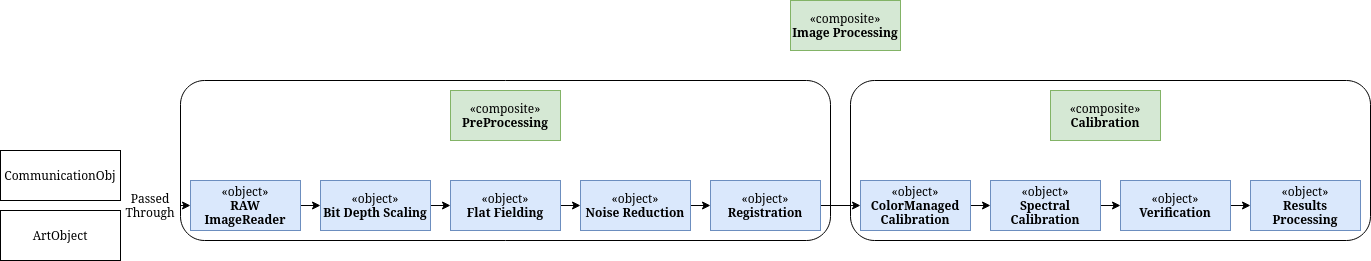
Before: docs/resources/pipeline.png, a diagram exported from draw.io (BeyondRGB/Imaging-Art-beyond-RGB). Source tidied: cells renumbered, new cells last; positions are measured from the earlier drawing's top-left corner, leaving out a move shared by most shapes. Its diagram source:
```xml
<mxGraphModel>
  <root>
    <mxCell id="0" />
    <mxCell id="1" parent="0" />
    <mxCell id="2" style="rounded=1;whiteSpace=wrap;html=1;" parent="1" vertex="1">
      <mxGeometry x="850" y="80" width="520" height="160" as="geometry" />
    </mxCell>
    <mxCell id="3" style="rounded=1;whiteSpace=wrap;html=1;" parent="1" vertex="1">
      <mxGeometry x="180" y="80" width="650" height="160" as="geometry" />
    </mxCell>
    <mxCell id="4" value="ArtObject" style="html=1;whiteSpace=wrap;" parent="1" vertex="1">
      <mxGeometry y="210" width="120" height="50" as="geometry" />
    </mxCell>
    <mxCell id="5" style="edgeStyle=orthogonalEdgeStyle;rounded=0;jettySize=auto;html=1;exitX=1;exitY=0.5;exitDx=0;exitDy=0;entryX=0;entryY=0.5;entryDx=0;entryDy=0;" parent="1" edge="1" source="6" target="8">
      <mxGeometry relative="1" as="geometry" />
    </mxCell>
    <mxCell id="6" value="&lt;div&gt;«object»&lt;/div&gt;&lt;div&gt;&lt;b&gt;RAW&lt;/b&gt;&lt;/div&gt;&lt;b&gt;ImageReader&lt;/b&gt;" style="html=1;whiteSpace=wrap;fillColor=#dae8fc;strokeColor=#6c8ebf;" parent="1" vertex="1">
      <mxGeometry x="190" y="180" width="110" height="50" as="geometry" />
    </mxCell>
    <mxCell id="7" style="edgeStyle=orthogonalEdgeStyle;rounded=0;jettySize=auto;html=1;exitX=1;exitY=0.5;exitDx=0;exitDy=0;entryX=0;entryY=0.5;entryDx=0;entryDy=0;" parent="1" edge="1" source="8" target="12">
      <mxGeometry relative="1" as="geometry" />
    </mxCell>
    <mxCell id="8" value="&lt;div&gt;«object»&lt;/div&gt;&lt;b&gt;Bit Depth Scaling&lt;/b&gt;" style="html=1;whiteSpace=wrap;fillColor=#dae8fc;strokeColor=#6c8ebf;" parent="1" vertex="1">
      <mxGeometry x="320" y="180" width="110" height="50" as="geometry" />
    </mxCell>
    <mxCell id="9" value="CommunicationObj" style="html=1;whiteSpace=wrap;" parent="1" vertex="1">
      <mxGeometry y="150" width="120" height="50" as="geometry" />
    </mxCell>
    <mxCell id="10" value="&lt;div&gt;«composite»&lt;/div&gt;&lt;b&gt;PreProcessing&lt;/b&gt;" style="html=1;whiteSpace=wrap;fillColor=#d5e8d4;strokeColor=#82b366;" parent="1" vertex="1">
      <mxGeometry x="450" y="90" width="110" height="50" as="geometry" />
    </mxCell>
    <mxCell id="11" style="edgeStyle=orthogonalEdgeStyle;rounded=0;jettySize=auto;html=1;exitX=1;exitY=0.5;exitDx=0;exitDy=0;entryX=0;entryY=0.5;entryDx=0;entryDy=0;" parent="1" edge="1" source="12" target="14">
      <mxGeometry relative="1" as="geometry" />
    </mxCell>
    <mxCell id="12" value="&lt;div&gt;«object»&lt;/div&gt;&lt;b&gt;Flat Fielding&lt;/b&gt;" style="html=1;whiteSpace=wrap;fillColor=#dae8fc;strokeColor=#6c8ebf;" parent="1" vertex="1">
      <mxGeometry x="450" y="180" width="110" height="50" as="geometry" />
    </mxCell>
    <mxCell id="13" style="edgeStyle=orthogonalEdgeStyle;rounded=0;jettySize=auto;html=1;exitX=1;exitY=0.5;exitDx=0;exitDy=0;entryX=0;entryY=0.5;entryDx=0;entryDy=0;" parent="1" edge="1" source="14" target="16">
      <mxGeometry relative="1" as="geometry" />
    </mxCell>
    <mxCell id="14" value="&lt;div&gt;«object»&lt;/div&gt;&lt;b&gt;Noise Reduction&lt;/b&gt;" style="html=1;whiteSpace=wrap;fillColor=#dae8fc;strokeColor=#6c8ebf;" parent="1" vertex="1">
      <mxGeometry x="580" y="180" width="110" height="50" as="geometry" />
    </mxCell>
    <mxCell id="15" style="edgeStyle=orthogonalEdgeStyle;rounded=0;jettySize=auto;html=1;exitX=1;exitY=0.5;exitDx=0;exitDy=0;entryX=0;entryY=0.5;entryDx=0;entryDy=0;" parent="1" edge="1" source="16" target="20">
      <mxGeometry relative="1" as="geometry" />
    </mxCell>
    <mxCell id="16" value="&lt;div&gt;«object»&lt;/div&gt;&lt;b&gt;Registration&lt;/b&gt;" style="html=1;whiteSpace=wrap;fillColor=#dae8fc;strokeColor=#6c8ebf;" parent="1" vertex="1">
      <mxGeometry x="710" y="180" width="110" height="50" as="geometry" />
    </mxCell>
    <mxCell id="17" style="edgeStyle=orthogonalEdgeStyle;rounded=0;jettySize=auto;html=1;exitX=1;exitY=0.5;exitDx=0;exitDy=0;entryX=0;entryY=0.5;entryDx=0;entryDy=0;" parent="1" edge="1" source="18" target="6">
      <mxGeometry relative="1" as="geometry" />
    </mxCell>
    <mxCell id="18" value="&lt;div&gt;Passed&lt;/div&gt;&lt;div&gt;Through&lt;/div&gt;" style="text;html=1;whiteSpace=wrap;strokeColor=none;fillColor=none;align=center;verticalAlign=middle;rounded=0;" parent="1" vertex="1">
      <mxGeometry x="120" y="190" width="60" height="30" as="geometry" />
    </mxCell>
    <mxCell id="19" style="edgeStyle=orthogonalEdgeStyle;rounded=0;jettySize=auto;html=1;exitX=1;exitY=0.5;exitDx=0;exitDy=0;entryX=0;entryY=0.5;entryDx=0;entryDy=0;" parent="1" edge="1" source="20" target="22">
      <mxGeometry relative="1" as="geometry" />
    </mxCell>
    <mxCell id="20" value="&lt;div&gt;«object»&lt;/div&gt;&lt;div&gt;&lt;b&gt;ColorManaged&lt;/b&gt;&lt;/div&gt;&lt;div&gt;&lt;b&gt;Calibration&lt;/b&gt;&lt;/div&gt;" style="html=1;whiteSpace=wrap;fillColor=#dae8fc;strokeColor=#6c8ebf;" parent="1" vertex="1">
      <mxGeometry x="860" y="180" width="110" height="50" as="geometry" />
    </mxCell>
    <mxCell id="21" style="edgeStyle=orthogonalEdgeStyle;rounded=0;jettySize=auto;html=1;exitX=1;exitY=0.5;exitDx=0;exitDy=0;entryX=0;entryY=0.5;entryDx=0;entryDy=0;" parent="1" edge="1" source="22" target="25">
      <mxGeometry relative="1" as="geometry" />
    </mxCell>
    <mxCell id="22" value="&lt;div&gt;«object»&lt;/div&gt;&lt;div&gt;&lt;b&gt;Spectral&lt;/b&gt;&lt;/div&gt;&lt;div&gt;&lt;b&gt;Calibration&lt;/b&gt;&lt;/div&gt;" style="html=1;whiteSpace=wrap;fillColor=#dae8fc;strokeColor=#6c8ebf;" parent="1" vertex="1">
      <mxGeometry x="990" y="180" width="110" height="50" as="geometry" />
    </mxCell>
    <mxCell id="23" value="&lt;div&gt;«composite»&lt;/div&gt;&lt;b&gt;Calibration&lt;/b&gt;" style="html=1;whiteSpace=wrap;fillColor=#d5e8d4;strokeColor=#82b366;" parent="1" vertex="1">
      <mxGeometry x="1050" y="90" width="110" height="50" as="geometry" />
    </mxCell>
    <mxCell id="24" style="edgeStyle=orthogonalEdgeStyle;rounded=0;jettySize=auto;html=1;exitX=1;exitY=0.5;exitDx=0;exitDy=0;entryX=0;entryY=0.5;entryDx=0;entryDy=0;" parent="1" edge="1" source="25" target="26">
      <mxGeometry relative="1" as="geometry" />
    </mxCell>
    <mxCell id="25" value="&lt;div&gt;«object»&lt;/div&gt;&lt;b&gt;Verification&lt;/b&gt;" style="html=1;whiteSpace=wrap;fillColor=#dae8fc;strokeColor=#6c8ebf;" parent="1" vertex="1">
      <mxGeometry x="1120" y="180" width="110" height="50" as="geometry" />
    </mxCell>
    <mxCell id="26" value="&lt;div&gt;«object»&lt;/div&gt;&lt;div&gt;&lt;b&gt;Results&lt;/b&gt;&lt;/div&gt;&lt;div&gt;&lt;b&gt;Processing&lt;/b&gt;&lt;/div&gt;" style="html=1;whiteSpace=wrap;fillColor=#dae8fc;strokeColor=#6c8ebf;" parent="1" vertex="1">
      <mxGeometry x="1250" y="180" width="110" height="50" as="geometry" />
    </mxCell>
    <mxCell id="27" value="&lt;div&gt;«composite»&lt;/div&gt;&lt;b&gt;Image Processing&lt;/b&gt;" style="html=1;whiteSpace=wrap;fillColor=#d5e8d4;strokeColor=#82b366;" parent="1" vertex="1">
      <mxGeometry x="790" width="110" height="50" as="geometry" />
    </mxCell>
  </root>
</mxGraphModel>
```
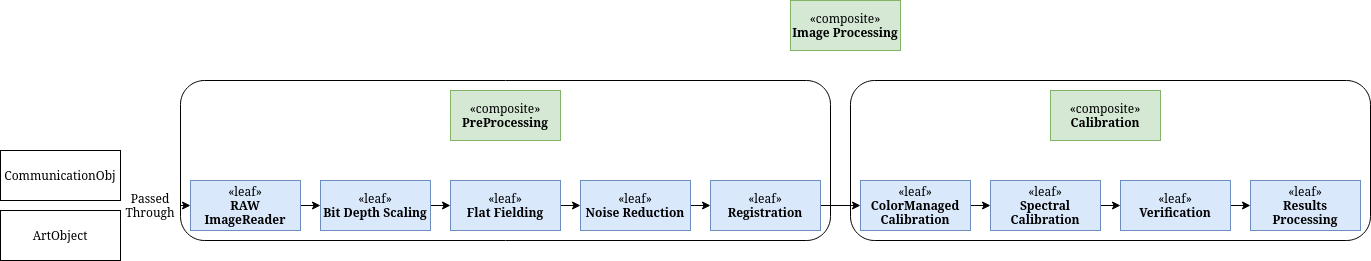
Later version of the same file.

Commit message:
updated to show objects in composite as leaf nodes

The edit, as a diff of the source:
```diff
@@ -14,13 +14,13 @@
     <mxCell id="5" style="edgeStyle=orthogonalEdgeStyle;rounded=0;jettySize=auto;html=1;exitX=1;exitY=0.5;exitDx=0;exitDy=0;entryX=0;entryY=0.5;entryDx=0;entryDy=0;" parent="1" edge="1" source="6" target="8">
       <mxGeometry relative="1" as="geometry" />
     </mxCell>
-    <mxCell id="6" value="&lt;div&gt;«object»&lt;/div&gt;&lt;div&gt;&lt;b&gt;RAW&lt;/b&gt;&lt;/div&gt;&lt;b&gt;ImageReader&lt;/b&gt;" style="html=1;whiteSpace=wrap;fillColor=#dae8fc;strokeColor=#6c8ebf;" parent="1" vertex="1">
+    <mxCell id="6" value="&lt;div&gt;«leaf»&lt;/div&gt;&lt;div&gt;&lt;b&gt;RAW&lt;/b&gt;&lt;/div&gt;&lt;b&gt;ImageReader&lt;/b&gt;" style="html=1;whiteSpace=wrap;fillColor=#dae8fc;strokeColor=#6c8ebf;" parent="1" vertex="1">
       <mxGeometry x="190" y="180" width="110" height="50" as="geometry" />
     </mxCell>
     <mxCell id="7" style="edgeStyle=orthogonalEdgeStyle;rounded=0;jettySize=auto;html=1;exitX=1;exitY=0.5;exitDx=0;exitDy=0;entryX=0;entryY=0.5;entryDx=0;entryDy=0;" parent="1" edge="1" source="8" target="12">
       <mxGeometry relative="1" as="geometry" />
     </mxCell>
-    <mxCell id="8" value="&lt;div&gt;«object»&lt;/div&gt;&lt;b&gt;Bit Depth Scaling&lt;/b&gt;" style="html=1;whiteSpace=wrap;fillColor=#dae8fc;strokeColor=#6c8ebf;" parent="1" vertex="1">
+    <mxCell id="8" value="&lt;div&gt;«leaf»&lt;/div&gt;&lt;b&gt;Bit Depth Scaling&lt;/b&gt;" style="html=1;whiteSpace=wrap;fillColor=#dae8fc;strokeColor=#6c8ebf;" parent="1" vertex="1">
       <mxGeometry x="320" y="180" width="110" height="50" as="geometry" />
     </mxCell>
     <mxCell id="9" value="CommunicationObj" style="html=1;whiteSpace=wrap;" parent="1" vertex="1">
@@ -32,19 +32,19 @@
     <mxCell id="11" style="edgeStyle=orthogonalEdgeStyle;rounded=0;jettySize=auto;html=1;exitX=1;exitY=0.5;exitDx=0;exitDy=0;entryX=0;entryY=0.5;entryDx=0;entryDy=0;" parent="1" edge="1" source="12" target="14">
       <mxGeometry relative="1" as="geometry" />
     </mxCell>
-    <mxCell id="12" value="&lt;div&gt;«object»&lt;/div&gt;&lt;b&gt;Flat Fielding&lt;/b&gt;" style="html=1;whiteSpace=wrap;fillColor=#dae8fc;strokeColor=#6c8ebf;" parent="1" vertex="1">
+    <mxCell id="12" value="&lt;div&gt;«leaf»&lt;/div&gt;&lt;b&gt;Flat Fielding&lt;/b&gt;" style="html=1;whiteSpace=wrap;fillColor=#dae8fc;strokeColor=#6c8ebf;" parent="1" vertex="1">
       <mxGeometry x="450" y="180" width="110" height="50" as="geometry" />
     </mxCell>
     <mxCell id="13" style="edgeStyle=orthogonalEdgeStyle;rounded=0;jettySize=auto;html=1;exitX=1;exitY=0.5;exitDx=0;exitDy=0;entryX=0;entryY=0.5;entryDx=0;entryDy=0;" parent="1" edge="1" source="14" target="16">
       <mxGeometry relative="1" as="geometry" />
     </mxCell>
-    <mxCell id="14" value="&lt;div&gt;«object»&lt;/div&gt;&lt;b&gt;Noise Reduction&lt;/b&gt;" style="html=1;whiteSpace=wrap;fillColor=#dae8fc;strokeColor=#6c8ebf;" parent="1" vertex="1">
+    <mxCell id="14" value="&lt;div&gt;«leaf»&lt;/div&gt;&lt;b&gt;Noise Reduction&lt;/b&gt;" style="html=1;whiteSpace=wrap;fillColor=#dae8fc;strokeColor=#6c8ebf;" parent="1" vertex="1">
       <mxGeometry x="580" y="180" width="110" height="50" as="geometry" />
     </mxCell>
     <mxCell id="15" style="edgeStyle=orthogonalEdgeStyle;rounded=0;jettySize=auto;html=1;exitX=1;exitY=0.5;exitDx=0;exitDy=0;entryX=0;entryY=0.5;entryDx=0;entryDy=0;" parent="1" edge="1" source="16" target="20">
       <mxGeometry relative="1" as="geometry" />
     </mxCell>
-    <mxCell id="16" value="&lt;div&gt;«object»&lt;/div&gt;&lt;b&gt;Registration&lt;/b&gt;" style="html=1;whiteSpace=wrap;fillColor=#dae8fc;strokeColor=#6c8ebf;" parent="1" vertex="1">
+    <mxCell id="16" value="&lt;div&gt;«leaf»&lt;/div&gt;&lt;b&gt;Registration&lt;/b&gt;" style="html=1;whiteSpace=wrap;fillColor=#dae8fc;strokeColor=#6c8ebf;" parent="1" vertex="1">
       <mxGeometry x="710" y="180" width="110" height="50" as="geometry" />
     </mxCell>
     <mxCell id="17" style="edgeStyle=orthogonalEdgeStyle;rounded=0;jettySize=auto;html=1;exitX=1;exitY=0.5;exitDx=0;exitDy=0;entryX=0;entryY=0.5;entryDx=0;entryDy=0;" parent="1" edge="1" source="18" target="6">
@@ -56,13 +56,13 @@
     <mxCell id="19" style="edgeStyle=orthogonalEdgeStyle;rounded=0;jettySize=auto;html=1;exitX=1;exitY=0.5;exitDx=0;exitDy=0;entryX=0;entryY=0.5;entryDx=0;entryDy=0;" parent="1" edge="1" source="20" target="22">
       <mxGeometry relative="1" as="geometry" />
     </mxCell>
-    <mxCell id="20" value="&lt;div&gt;«object»&lt;/div&gt;&lt;div&gt;&lt;b&gt;ColorManaged&lt;/b&gt;&lt;/div&gt;&lt;div&gt;&lt;b&gt;Calibration&lt;/b&gt;&lt;/div&gt;" style="html=1;whiteSpace=wrap;fillColor=#dae8fc;strokeColor=#6c8ebf;" parent="1" vertex="1">
+    <mxCell id="20" value="&lt;div&gt;«leaf»&lt;/div&gt;&lt;div&gt;&lt;b&gt;ColorManaged&lt;/b&gt;&lt;/div&gt;&lt;div&gt;&lt;b&gt;Calibration&lt;/b&gt;&lt;/div&gt;" style="html=1;whiteSpace=wrap;fillColor=#dae8fc;strokeColor=#6c8ebf;" parent="1" vertex="1">
       <mxGeometry x="860" y="180" width="110" height="50" as="geometry" />
     </mxCell>
     <mxCell id="21" style="edgeStyle=orthogonalEdgeStyle;rounded=0;jettySize=auto;html=1;exitX=1;exitY=0.5;exitDx=0;exitDy=0;entryX=0;entryY=0.5;entryDx=0;entryDy=0;" parent="1" edge="1" source="22" target="25">
       <mxGeometry relative="1" as="geometry" />
     </mxCell>
-    <mxCell id="22" value="&lt;div&gt;«object»&lt;/div&gt;&lt;div&gt;&lt;b&gt;Spectral&lt;/b&gt;&lt;/div&gt;&lt;div&gt;&lt;b&gt;Calibration&lt;/b&gt;&lt;/div&gt;" style="html=1;whiteSpace=wrap;fillColor=#dae8fc;strokeColor=#6c8ebf;" parent="1" vertex="1">
+    <mxCell id="22" value="&lt;div&gt;«leaf»&lt;/div&gt;&lt;div&gt;&lt;b&gt;Spectral&lt;/b&gt;&lt;/div&gt;&lt;div&gt;&lt;b&gt;Calibration&lt;/b&gt;&lt;/div&gt;" style="html=1;whiteSpace=wrap;fillColor=#dae8fc;strokeColor=#6c8ebf;" parent="1" vertex="1">
       <mxGeometry x="990" y="180" width="110" height="50" as="geometry" />
     </mxCell>
     <mxCell id="23" value="&lt;div&gt;«composite»&lt;/div&gt;&lt;b&gt;Calibration&lt;/b&gt;" style="html=1;whiteSpace=wrap;fillColor=#d5e8d4;strokeColor=#82b366;" parent="1" vertex="1">
@@ -71,10 +71,10 @@
     <mxCell id="24" style="edgeStyle=orthogonalEdgeStyle;rounded=0;jettySize=auto;html=1;exitX=1;exitY=0.5;exitDx=0;exitDy=0;entryX=0;entryY=0.5;entryDx=0;entryDy=0;" parent="1" edge="1" source="25" target="26">
       <mxGeometry relative="1" as="geometry" />
     </mxCell>
-    <mxCell id="25" value="&lt;div&gt;«object»&lt;/div&gt;&lt;b&gt;Verification&lt;/b&gt;" style="html=1;whiteSpace=wrap;fillColor=#dae8fc;strokeColor=#6c8ebf;" parent="1" vertex="1">
+    <mxCell id="25" value="&lt;div&gt;«leaf»&lt;/div&gt;&lt;b&gt;Verification&lt;/b&gt;" style="html=1;whiteSpace=wrap;fillColor=#dae8fc;strokeColor=#6c8ebf;" parent="1" vertex="1">
       <mxGeometry x="1120" y="180" width="110" height="50" as="geometry" />
     </mxCell>
-    <mxCell id="26" value="&lt;div&gt;«object»&lt;/div&gt;&lt;div&gt;&lt;b&gt;Results&lt;/b&gt;&lt;/div&gt;&lt;div&gt;&lt;b&gt;Processing&lt;/b&gt;&lt;/div&gt;" style="html=1;whiteSpace=wrap;fillColor=#dae8fc;strokeColor=#6c8ebf;" parent="1" vertex="1">
+    <mxCell id="26" value="&lt;div&gt;«leaf»&lt;/div&gt;&lt;div&gt;&lt;b&gt;Results&lt;/b&gt;&lt;/div&gt;&lt;div&gt;&lt;b&gt;Processing&lt;/b&gt;&lt;/div&gt;" style="html=1;whiteSpace=wrap;fillColor=#dae8fc;strokeColor=#6c8ebf;" parent="1" vertex="1">
       <mxGeometry x="1250" y="180" width="110" height="50" as="geometry" />
     </mxCell>
     <mxCell id="27" value="&lt;div&gt;«composite»&lt;/div&gt;&lt;b&gt;Image Processing&lt;/b&gt;" style="html=1;whiteSpace=wrap;fillColor=#d5e8d4;strokeColor=#82b366;" parent="1" vertex="1">
```
